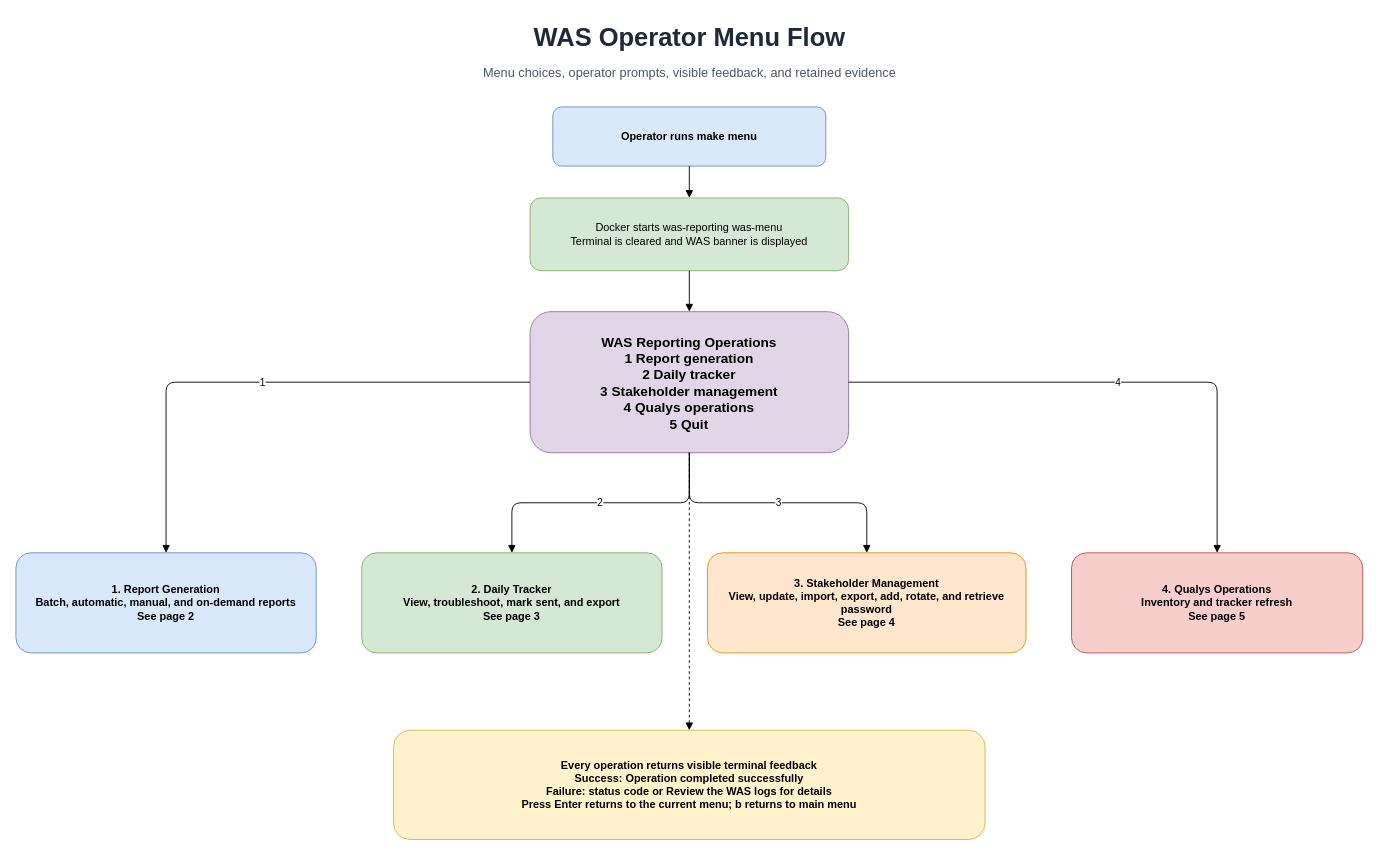
Before: page "1 Menu Overview" (1 of 5) of backend/was/docs/was_reporting_flow.drawio in cisagov/XFD, a draw.io diagram. Source tidied: cells renumbered, new cells numbered last; positions are measured from the earlier drawing's top-left corner, leaving out a move shared by most shapes. Both pictures are drawn from the tidied source at 91%, with x=0, y=0 at pixel (15, 15).
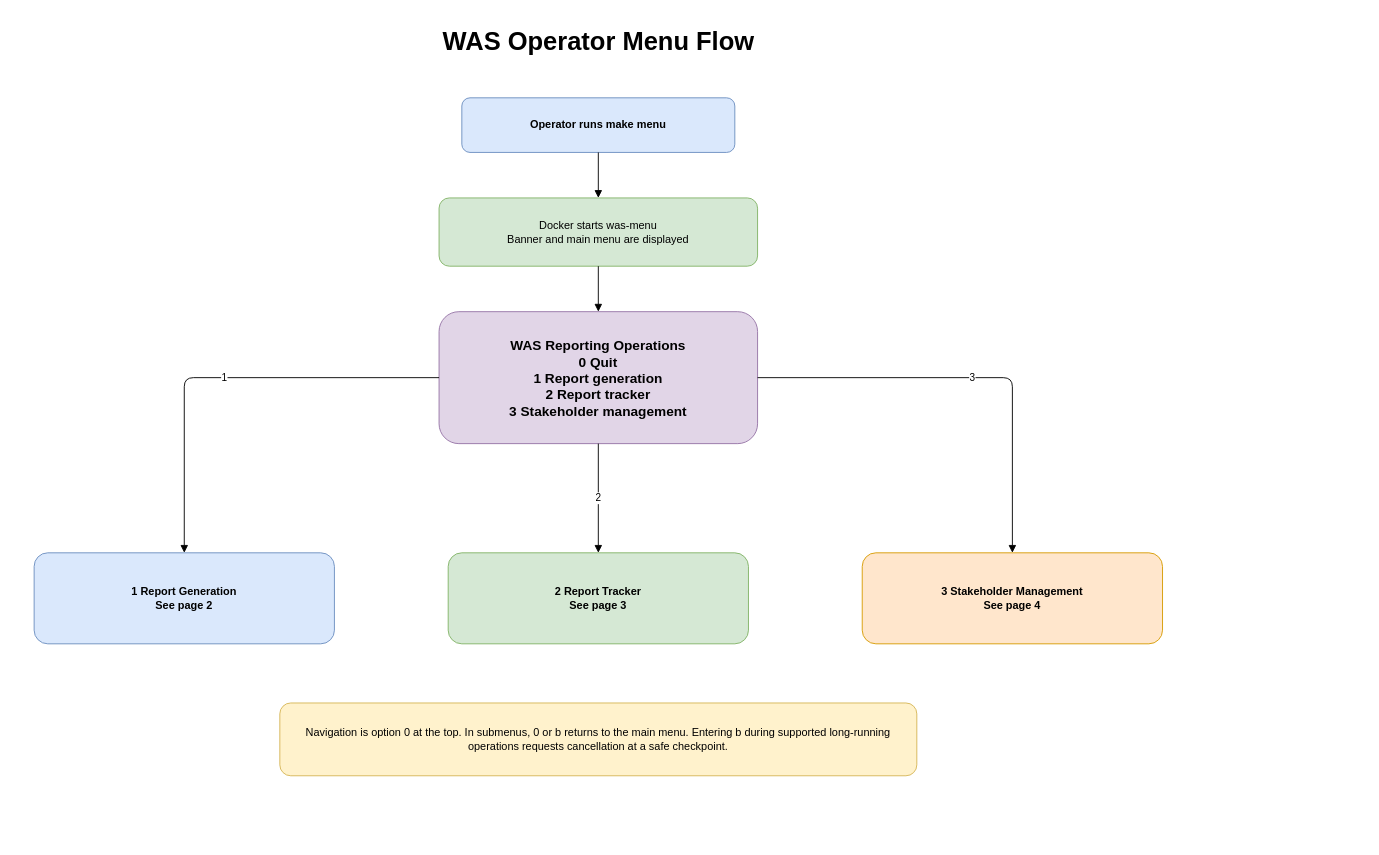
The same page after the edit.

Diff of the diagram source:
```diff
@@
 <mxGraphModel>
   <root>
-    <mxCell id="0" />
-    <mxCell id="1" parent="0" />
+    <mxCell id="19" />
+    <mxCell id="20" parent="19" />
-    <mxCell id="2" value="WAS Operator Menu Flow" style="text;html=1;align=center;fontSize=28;fontStyle=1;fontColor=#1F2937;" parent="1" vertex="1">
-      <mxGeometry x="440" width="600" height="45" as="geometry" />
+    <mxCell id="2" value="WAS Operator Menu Flow" style="text;html=1;align=center;fontSize=28;fontStyle=1;" parent="20" vertex="1">
+      <mxGeometry x="340" y="5" width="600" height="45" as="geometry" />
     </mxCell>
-    <mxCell id="3" value="Menu choices, operator prompts, visible feedback, and retained evidence" style="text;html=1;align=center;fontSize=14;fontColor=#4B5563;" parent="1" vertex="1">
-      <mxGeometry x="390" y="48" width="700" height="30" as="geometry" />
-    </mxCell>
-    <mxCell id="4" value="Operator runs make menu" style="rounded=1;whiteSpace=wrap;html=1;fillColor=#DAE8FC;strokeColor=#6C8EBF;fontStyle=1;" parent="1" vertex="1">
-      <mxGeometry x="590" y="100" width="300" height="65" as="geometry" />
+    <mxCell id="4" value="Operator runs make menu" style="rounded=1;whiteSpace=wrap;html=1;fillColor=#DAE8FC;strokeColor=#6C8EBF;fontStyle=1;" parent="20" vertex="1">
+      <mxGeometry x="490" y="90" width="300" height="60" as="geometry" />
     </mxCell>
-    <mxCell id="5" value="Docker starts was-reporting was-menu&#10;Terminal is cleared and WAS banner is displayed" style="rounded=1;whiteSpace=wrap;html=1;fillColor=#D5E8D4;strokeColor=#82B366;" parent="1" vertex="1">
-      <mxGeometry x="565" y="200" width="350" height="80" as="geometry" />
-    </mxCell>
-    <mxCell id="6" value="WAS Reporting Operations&#10;1 Report generation&#10;2 Daily tracker&#10;3 Stakeholder management&#10;4 Qualys operations&#10;5 Quit" style="rounded=1;whiteSpace=wrap;html=1;fillColor=#E1D5E7;strokeColor=#9673A6;fontStyle=1;fontSize=15;" parent="1" vertex="1">
-      <mxGeometry x="565" y="325" width="350" height="155" as="geometry" />
-    </mxCell>
-    <mxCell id="7" value="1. Report Generation&#10;Batch, automatic, manual, and on-demand reports&#10;See page 2" style="rounded=1;whiteSpace=wrap;html=1;fillColor=#DAE8FC;strokeColor=#6C8EBF;fontStyle=1;" parent="1" vertex="1">
-      <mxGeometry y="590" width="330" height="110" as="geometry" />
-    </mxCell>
-    <mxCell id="8" value="2. Daily Tracker&#10;View, troubleshoot, mark sent, and export&#10;See page 3" style="rounded=1;whiteSpace=wrap;html=1;fillColor=#D5E8D4;strokeColor=#82B366;fontStyle=1;" parent="1" vertex="1">
-      <mxGeometry x="380" y="590" width="330" height="110" as="geometry" />
-    </mxCell>
-    <mxCell id="9" value="3. Stakeholder Management&#10;View, update, import, export, add, rotate, and retrieve password&#10;See page 4" style="rounded=1;whiteSpace=wrap;html=1;fillColor=#FFE6CC;strokeColor=#D79B00;fontStyle=1;" parent="1" vertex="1">
-      <mxGeometry x="760" y="590" width="350" height="110" as="geometry" />
-    </mxCell>
-    <mxCell id="10" value="4. Qualys Operations&#10;Inventory and tracker refresh&#10;See page 5" style="rounded=1;whiteSpace=wrap;html=1;fillColor=#F8CECC;strokeColor=#B85450;fontStyle=1;" parent="1" vertex="1">
-      <mxGeometry x="1160" y="590" width="320" height="110" as="geometry" />
-    </mxCell>
-    <mxCell id="11" value="Every operation returns visible terminal feedback&#10;Success: Operation completed successfully&#10;Failure: status code or Review the WAS logs for details&#10;Press Enter returns to the current menu; b returns to main menu" style="rounded=1;whiteSpace=wrap;html=1;fillColor=#FFF2CC;strokeColor=#D6B656;fontStyle=1;" parent="1" vertex="1">
-      <mxGeometry x="415" y="785" width="650" height="120" as="geometry" />
-    </mxCell>
-    <mxCell id="12" style="edgeStyle=orthogonalEdgeStyle;html=1;endArrow=block;endFill=1;" parent="1" edge="1" source="4" target="5">
-      <mxGeometry relative="1" as="geometry" />
-    </mxCell>
-    <mxCell id="13" style="edgeStyle=orthogonalEdgeStyle;html=1;endArrow=block;endFill=1;" parent="1" edge="1" source="5" target="6">
-      <mxGeometry relative="1" as="geometry" />
-    </mxCell>
+    <mxCell id="21" value="Docker starts was-menu&#10;Banner and main menu are displayed" style="rounded=1;whiteSpace=wrap;html=1;fillColor=#D5E8D4;strokeColor=#82B366;" parent="20" vertex="1">
+      <mxGeometry x="465" y="200" width="350" height="75" as="geometry" />
+    </mxCell>
+    <mxCell id="22" value="WAS Reporting Operations&#10;0 Quit&#10;1 Report generation&#10;2 Report tracker&#10;3 Stakeholder management" style="rounded=1;whiteSpace=wrap;html=1;fillColor=#E1D5E7;strokeColor=#9673A6;fontStyle=1;fontSize=15;" parent="20" vertex="1">
+      <mxGeometry x="465" y="325" width="350" height="145" as="geometry" />
+    </mxCell>
+    <mxCell id="23" value="1 Report Generation&#10;See page 2" style="rounded=1;whiteSpace=wrap;html=1;fillColor=#DAE8FC;strokeColor=#6C8EBF;fontStyle=1;" parent="20" vertex="1">
+      <mxGeometry x="20" y="590" width="330" height="100" as="geometry" />
+    </mxCell>
+    <mxCell id="24" value="2 Report Tracker&#10;See page 3" style="rounded=1;whiteSpace=wrap;html=1;fillColor=#D5E8D4;strokeColor=#82B366;fontStyle=1;" parent="20" vertex="1">
+      <mxGeometry x="475" y="590" width="330" height="100" as="geometry" />
+    </mxCell>
+    <mxCell id="25" value="3 Stakeholder Management&#10;See page 4" style="rounded=1;whiteSpace=wrap;html=1;fillColor=#FFE6CC;strokeColor=#D79B00;fontStyle=1;" parent="20" vertex="1">
+      <mxGeometry x="930" y="590" width="330" height="100" as="geometry" />
+    </mxCell>
+    <mxCell id="26" value="Navigation is option 0 at the top. In submenus, 0 or b returns to the main menu. Entering b during supported long-running operations requests cancellation at a safe checkpoint." style="rounded=1;whiteSpace=wrap;html=1;fillColor=#FFF2CC;strokeColor=#D6B656;" parent="20" vertex="1">
+      <mxGeometry x="290" y="755" width="700" height="80" as="geometry" />
+    </mxCell>
+    <mxCell id="27" style="edgeStyle=orthogonalEdgeStyle;html=1;endArrow=block;endFill=1;" parent="20" edge="1" source="4" target="21">
+      <mxGeometry relative="1" as="geometry" />
+    </mxCell>
+    <mxCell id="28" style="edgeStyle=orthogonalEdgeStyle;html=1;endArrow=block;endFill=1;" parent="20" edge="1" source="21" target="22">
+      <mxGeometry relative="1" as="geometry" />
+    </mxCell>
-    <mxCell id="14" value="1" style="edgeStyle=orthogonalEdgeStyle;html=1;endArrow=block;endFill=1;" parent="1" edge="1" source="6" target="7">
+    <mxCell id="14" value="1" style="edgeStyle=orthogonalEdgeStyle;html=1;endArrow=block;endFill=1;" parent="20" edge="1" source="22" target="23">
       <mxGeometry relative="1" as="geometry" />
     </mxCell>
-    <mxCell id="15" value="2" style="edgeStyle=orthogonalEdgeStyle;html=1;endArrow=block;endFill=1;" parent="1" edge="1" source="6" target="8">
+    <mxCell id="15" value="2" style="edgeStyle=orthogonalEdgeStyle;html=1;endArrow=block;endFill=1;" parent="20" edge="1" source="22" target="24">
       <mxGeometry relative="1" as="geometry" />
     </mxCell>
-    <mxCell id="16" value="3" style="edgeStyle=orthogonalEdgeStyle;html=1;endArrow=block;endFill=1;" parent="1" edge="1" source="6" target="9">
+    <mxCell id="16" value="3" style="edgeStyle=orthogonalEdgeStyle;html=1;endArrow=block;endFill=1;" parent="20" edge="1" source="22" target="25">
       <mxGeometry relative="1" as="geometry" />
     </mxCell>
-    <mxCell id="17" value="4" style="edgeStyle=orthogonalEdgeStyle;html=1;endArrow=block;endFill=1;" parent="1" edge="1" source="6" target="10">
-      <mxGeometry relative="1" as="geometry" />
-    </mxCell>
-    <mxCell id="18" style="edgeStyle=orthogonalEdgeStyle;html=1;endArrow=block;endFill=1;dashed=1;" parent="1" edge="1" source="6" target="11">
-      <mxGeometry relative="1" as="geometry" />
-    </mxCell>
   </root>
 </mxGraphModel>
```
